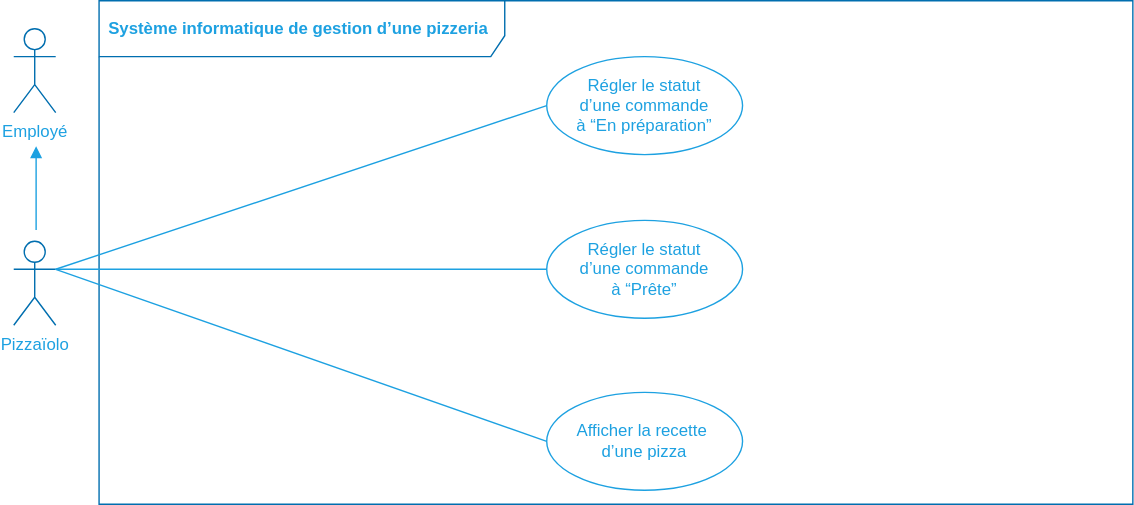
Earlier version of the draw.io export img/figure_use-case-diagram-pizza-maker.svg (centvingt/OCPizzaRedaction). Source tidied: cells renumbered, new cells last; positions are measured from the earlier drawing's top-left corner, leaving out a move shared by most shapes.
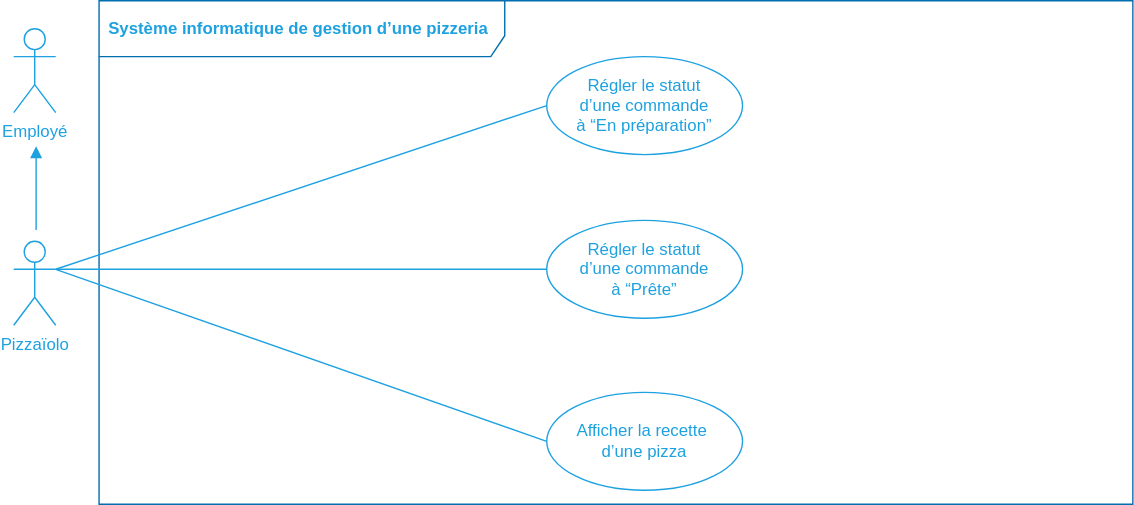
The same diagram one commit later.

The edit, as a diff of the source:
```diff
@@ -2,7 +2,7 @@
   <root>
     <mxCell id="0" />
     <mxCell id="1" value="Acteurs et actions" parent="0" />
-    <mxCell id="2" value="&lt;font color=&quot;#1da1e1&quot;&gt;Pizzaïolo&lt;br&gt;&lt;/font&gt;" style="shape=umlActor;verticalLabelPosition=bottom;verticalAlign=top;html=1;strokeColor=#006EAF;fontColor=#ffffff;fillColor=none;" parent="1" vertex="1">
+    <mxCell id="2" value="&lt;font color=&quot;#1da1e1&quot;&gt;Pizzaïolo&lt;br&gt;&lt;/font&gt;" style="shape=umlActor;verticalLabelPosition=bottom;verticalAlign=top;html=1;fontColor=#ffffff;fillColor=none;strokeColor=#1DA1E1;" parent="1" vertex="1">
       <mxGeometry y="172" width="30" height="60" as="geometry" />
     </mxCell>
     <mxCell id="3" value="&lt;font color=&quot;#1da1e1&quot;&gt;Système informatique de gestion d’une pizzeria&lt;/font&gt;" style="shape=umlFrame;whiteSpace=wrap;html=1;width=290;height=40;boundedLbl=1;verticalAlign=middle;align=left;spacingLeft=5;strokeColor=#006EAF;fontColor=#ffffff;fillColor=none;fontStyle=1;" parent="1" vertex="1">
@@ -26,7 +26,7 @@
     <mxCell id="9" value="&lt;span style=&quot;color: rgb(29 , 161 , 225)&quot;&gt;Afficher la recette&amp;nbsp;&lt;/span&gt;&lt;br style=&quot;color: rgb(29 , 161 , 225)&quot;&gt;&lt;span style=&quot;color: rgb(29 , 161 , 225)&quot;&gt;d’une pizza&lt;/span&gt;" style="ellipse;whiteSpace=wrap;html=1;fillColor=none;strokeColor=#1DA1E1;" parent="1" vertex="1">
       <mxGeometry x="381" y="280" width="140" height="70" as="geometry" />
     </mxCell>
-    <mxCell id="10" value="&lt;font color=&quot;#1da1e1&quot;&gt;Employé&lt;br&gt;&lt;/font&gt;" style="shape=umlActor;verticalLabelPosition=bottom;verticalAlign=top;html=1;strokeColor=#006EAF;fontColor=#ffffff;fillColor=none;" parent="1" vertex="1">
+    <mxCell id="10" value="&lt;font color=&quot;#1da1e1&quot;&gt;Employé&lt;br&gt;&lt;/font&gt;" style="shape=umlActor;verticalLabelPosition=bottom;verticalAlign=top;html=1;fontColor=#ffffff;fillColor=none;strokeColor=#1DA1E1;" parent="1" vertex="1">
       <mxGeometry y="20" width="30" height="60" as="geometry" />
     </mxCell>
     <mxCell id="11" style="edgeStyle=none;rounded=0;orthogonalLoop=1;jettySize=auto;html=1;endArrow=none;endFill=0;strokeColor=#1DA1E1;startArrow=block;startFill=1;" parent="1" edge="1">
```
